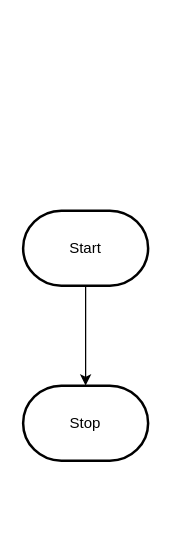
Before: design/flowchart.drawio in MTHS-ICS2O-2-2022/ICS2O-Unit-5-02-Dominic-Madeira, a draw.io diagram. Source tidied: cells renumbered, new cells numbered last; positions are measured from the earlier drawing's top-left corner, leaving out a move shared by most shapes. Both pictures are drawn from the tidied source at 125%, with x=0, y=0 at pixel (22, 210).
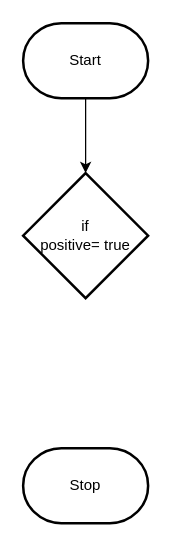
The same page after the edit.

Diff of the diagram source:
```diff
@@
 <mxGraphModel>
   <root>
     <mxCell id="0" />
     <mxCell id="1" parent="0" />
-    <mxCell id="2" style="edgeStyle=orthogonalEdgeStyle;html=1;rounded=0;" parent="1" edge="1" source="3" target="4">
+    <mxCell id="2" style="edgeStyle=orthogonalEdgeStyle;html=1;rounded=0;entryX=0.5;entryY=0;entryDx=0;entryDy=0;entryPerimeter=0;" parent="1" edge="1" source="3" target="5">
       <mxGeometry relative="1" as="geometry" />
     </mxCell>
     <mxCell id="3" value="Start" style="strokeWidth=2;html=1;shape=mxgraph.flowchart.terminator;whiteSpace=wrap;" parent="1" vertex="1">
-      <mxGeometry width="100" height="60" as="geometry" />
+      <mxGeometry y="-150" width="100" height="60" as="geometry" />
     </mxCell>
     <mxCell id="4" value="Stop" style="strokeWidth=2;html=1;shape=mxgraph.flowchart.terminator;whiteSpace=wrap;" parent="1" vertex="1">
-      <mxGeometry y="140" width="100" height="60" as="geometry" />
+      <mxGeometry y="190" width="100" height="60" as="geometry" />
     </mxCell>
+    <mxCell id="5" value="if&lt;br&gt;positive= true" style="strokeWidth=2;html=1;shape=mxgraph.flowchart.decision;whiteSpace=wrap;" parent="1" vertex="1">
+      <mxGeometry y="-30" width="100" height="100" as="geometry" />
+    </mxCell>
   </root>
 </mxGraphModel>
```
